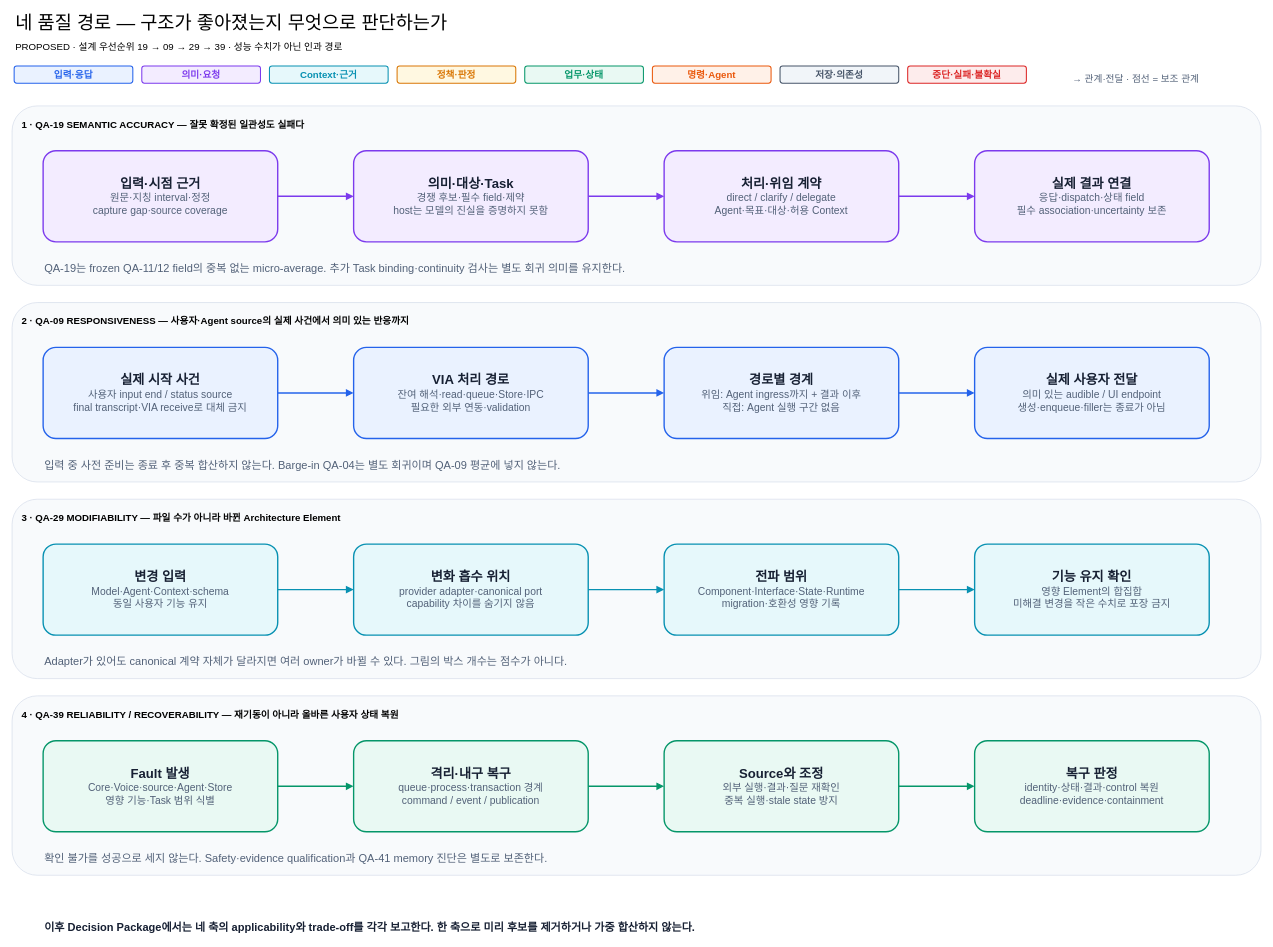
Before: docs/architecture/12-decisions/target-architecture/diagrams/07-four-asr-critical-paths.drawio in cbyche/via-sw-architecture, a draw.io diagram. Source tidied: cells renumbered, new cells numbered last; positions are measured from the earlier drawing's top-left corner, leaving out a move shared by most shapes. Both pictures are drawn from the tidied source at 69%, with x=0, y=0 at pixel (12, 12).
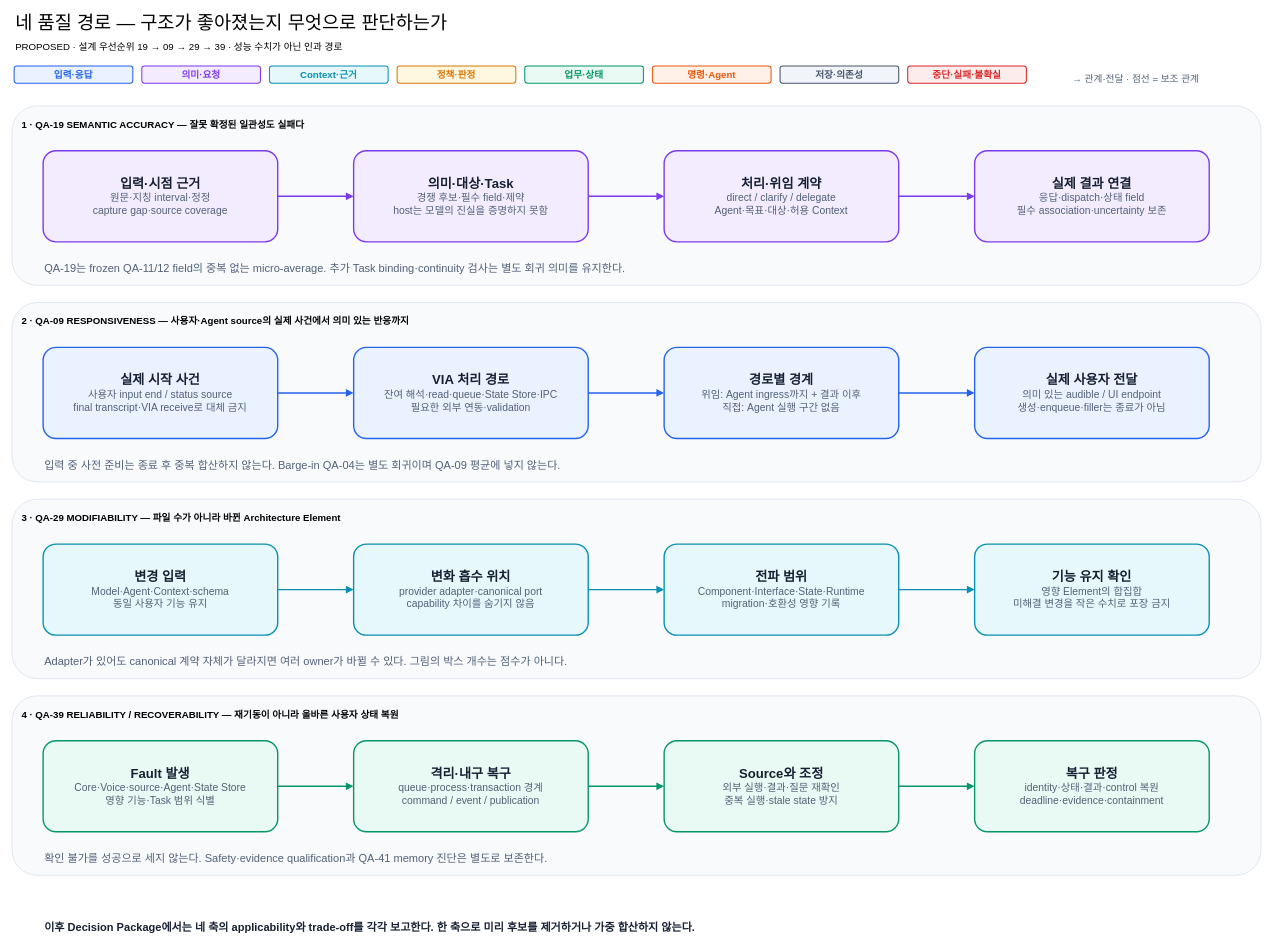
The same diagram, later.

Diff of the diagram source:
```diff
@@
-    <mxCell id="11" value="&lt;div style='font-size:19px;font-weight:bold'&gt;VIA 처리 경로&lt;/div&gt;&lt;div style='font-size:15px;color:#526178'&gt;잔여 해석·read·queue·Store·IPC&lt;/div&gt;&lt;div style='font-size:15px;color:#526178'&gt;필요한 외부 연동·validation&lt;/div&gt;" style="shape=rectangle;rounded=1;whiteSpace=wrap;html=1;fillColor=#EAF2FF;strokeColor=#2563EB;strokeWidth=2;fontColor=#172033;dashed=0;arcSize=14;spacing=10;" parent="1" vertex="1">
+    <mxCell id="11" value="&lt;div style='font-size:19px;font-weight:bold'&gt;VIA 처리 경로&lt;/div&gt;&lt;div style='font-size:15px;color:#526178'&gt;잔여 해석·read·queue·State Store·IPC&lt;/div&gt;&lt;div style='font-size:15px;color:#526178'&gt;필요한 외부 연동·validation&lt;/div&gt;" style="shape=rectangle;rounded=1;whiteSpace=wrap;html=1;fillColor=#EAF2FF;strokeColor=#2563EB;strokeWidth=2;fontColor=#172033;dashed=0;arcSize=14;spacing=10;" parent="1" vertex="1">
       <mxGeometry x="495" y="485" width="340" height="132" as="geometry" />
     </mxCell>
@@
-    <mxCell id="18" value="&lt;div style='font-size:19px;font-weight:bold'&gt;Fault 발생&lt;/div&gt;&lt;div style='font-size:15px;color:#526178'&gt;Core·Voice·source·Agent·Store&lt;/div&gt;&lt;div style='font-size:15px;color:#526178'&gt;영향 기능·Task 범위 식별&lt;/div&gt;" style="shape=rectangle;rounded=1;whiteSpace=wrap;html=1;fillColor=#E9F9F3;strokeColor=#059669;strokeWidth=2;fontColor=#172033;dashed=0;arcSize=14;spacing=10;" parent="1" vertex="1">
+    <mxCell id="18" value="&lt;div style='font-size:19px;font-weight:bold'&gt;Fault 발생&lt;/div&gt;&lt;div style='font-size:15px;color:#526178'&gt;Core·Voice·source·Agent·State Store&lt;/div&gt;&lt;div style='font-size:15px;color:#526178'&gt;영향 기능·Task 범위 식별&lt;/div&gt;" style="shape=rectangle;rounded=1;whiteSpace=wrap;html=1;fillColor=#E9F9F3;strokeColor=#059669;strokeWidth=2;fontColor=#172033;dashed=0;arcSize=14;spacing=10;" parent="1" vertex="1">
       <mxGeometry x="45" y="1055" width="340" height="132" as="geometry" />
     </mxCell>
```
